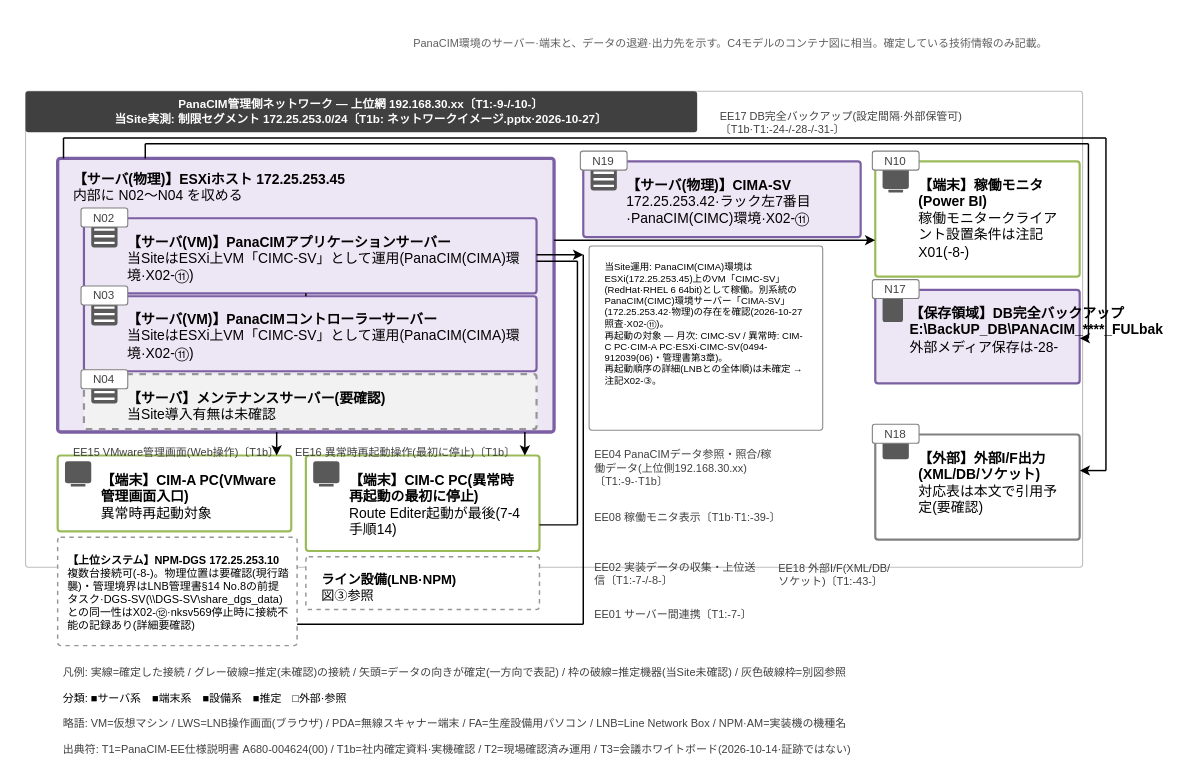
This is page "相関図②" (2 of 3) of 20261102_管理文書用語と相関図/drawio_20261106/相関図_pana_20261106.drawio from nk-shino/work_vault, a draw.io file, before an edit. Source tidied: cells renumbered, new cells numbered last; positions are measured from the earlier drawing's top-left corner, leaving out a move shared by most shapes. Both pictures are drawn from the tidied source at 146%, with x=0, y=0 at pixel (25, 23).
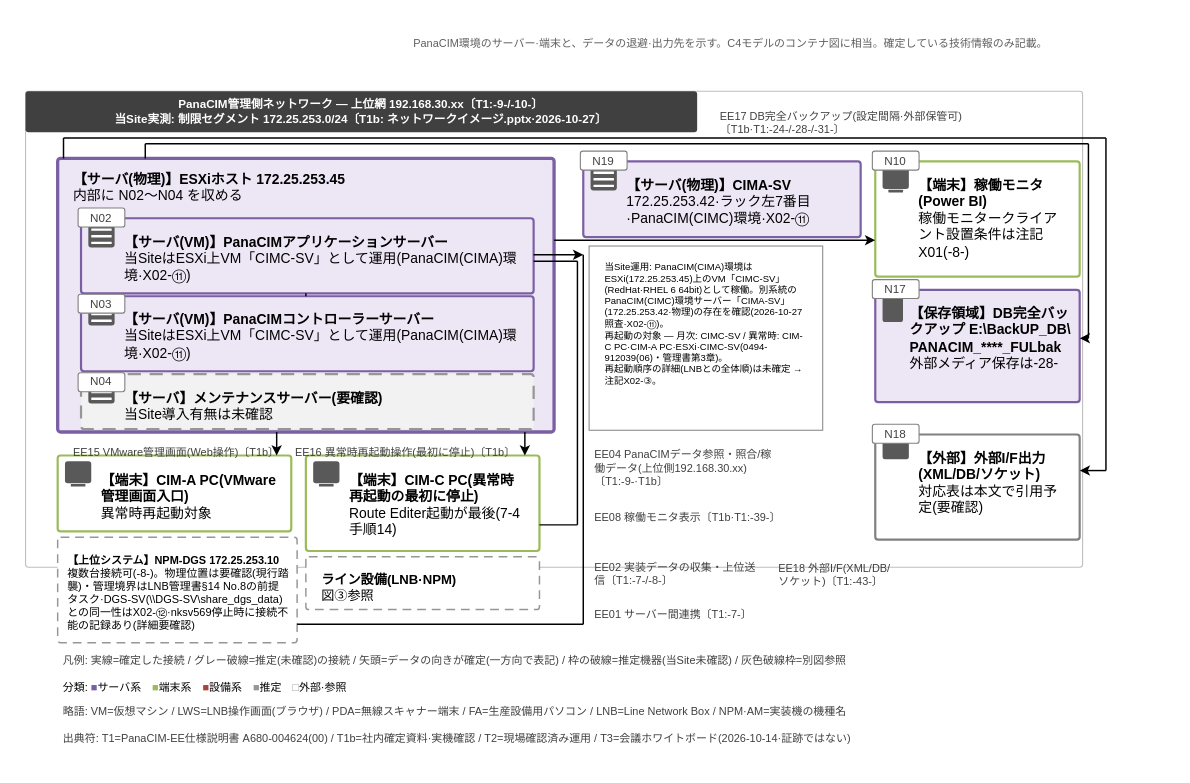
Above is the later version.

What changed in the source:
```diff
@@
     <mxCell id="7" style="rounded=1;absoluteArcSize=1;arcSize=4;whiteSpace=wrap;html=1;fontFamily=Meiryo UI;fillColor=#EDE6F5;strokeColor=#7B5FA3;strokeWidth=1.5;" parent="1" vertex="1">
-      <mxGeometry x="40" y="133" width="310" height="51.4" as="geometry" />
+      <mxGeometry x="38" y="133" width="310" height="51.4" as="geometry" />
     </mxCell>
     <mxCell id="8" style="rounded=1;absoluteArcSize=1;arcSize=4;whiteSpace=wrap;html=1;fontFamily=Meiryo UI;fillColor=#595959;strokeColor=none;strokeWidth=2;" parent="1" vertex="1">
-      <mxGeometry x="45" y="137" width="18" height="16" as="geometry" />
+      <mxGeometry x="43" y="137" width="18" height="16" as="geometry" />
     </mxCell>
     <mxCell id="9" style="rounded=1;absoluteArcSize=1;arcSize=0.4;whiteSpace=wrap;html=1;fontFamily=Meiryo UI;fillColor=#FFFFFF;strokeColor=none;strokeWidth=2;" parent="1" vertex="1">
-      <mxGeometry x="47" y="140" width="14" height="1.6" as="geometry" />
+      <mxGeometry x="45" y="140" width="14" height="1.6" as="geometry" />
     </mxCell>
     <mxCell id="10" style="rounded=1;absoluteArcSize=1;arcSize=0.4;whiteSpace=wrap;html=1;fontFamily=Meiryo UI;fillColor=#FFFFFF;strokeColor=none;strokeWidth=2;" parent="1" vertex="1">
-      <mxGeometry x="47" y="144.5" width="14" height="1.6" as="geometry" />
+      <mxGeometry x="45" y="144.5" width="14" height="1.6" as="geometry" />
     </mxCell>
     <mxCell id="11" style="rounded=1;absoluteArcSize=1;arcSize=0.4;whiteSpace=wrap;html=1;fontFamily=Meiryo UI;fillColor=#FFFFFF;strokeColor=none;strokeWidth=2;" parent="1" vertex="1">
-      <mxGeometry x="47" y="149" width="14" height="1.6" as="geometry" />
+      <mxGeometry x="45" y="149" width="14" height="1.6" as="geometry" />
     </mxCell>
     <mxCell id="12" value="&lt;b&gt;【サーバ(VM)】PanaCIMアプリケーションサーバー&lt;/b&gt;&lt;br&gt;当SiteはESXi上VM「CIMC-SV」として運用(PanaCIM(CIMA)環境·X02-⑪)" style="text;html=1;whiteSpace=wrap;fontFamily=Meiryo UI;fontSize=9.5;fontColor=#000000;align=left;verticalAlign=top;spacingLeft=2;spacingRight=2;spacingTop=1;spacingBottom=1;" parent="1" vertex="1">
-      <mxGeometry x="66" y="136" width="278" height="45.4" as="geometry" />
+      <mxGeometry x="64" y="136" width="278" height="45.4" as="geometry" />
     </mxCell>
     <mxCell id="13" value="N02" style="rounded=1;absoluteArcSize=1;arcSize=3.25;whiteSpace=wrap;html=1;fontFamily=Meiryo UI;fontSize=8;fontColor=#404040;fillColor=#FFFFFF;strokeColor=#808080;strokeWidth=0.75;align=center;verticalAlign=middle;" parent="1" vertex="1">
-      <mxGeometry x="38" y="126" width="32" height="13" as="geometry" />
+      <mxGeometry x="36" y="126" width="32" height="13" as="geometry" />
     </mxCell>
     <mxCell id="14" style="rounded=1;absoluteArcSize=1;arcSize=4;whiteSpace=wrap;html=1;fontFamily=Meiryo UI;fillColor=#EDE6F5;strokeColor=#7B5FA3;strokeWidth=1.5;" parent="1" vertex="1">
-      <mxGeometry x="40" y="186.4" width="310" height="51.4" as="geometry" />
+      <mxGeometry x="38" y="186.4" width="310" height="51.4" as="geometry" />
     </mxCell>
     <mxCell id="15" style="rounded=1;absoluteArcSize=1;arcSize=4;whiteSpace=wrap;html=1;fontFamily=Meiryo UI;fillColor=#595959;strokeColor=none;strokeWidth=2;" parent="1" vertex="1">
-      <mxGeometry x="45" y="190.4" width="18" height="16" as="geometry" />
+      <mxGeometry x="43" y="190.4" width="18" height="16" as="geometry" />
     </mxCell>
     <mxCell id="16" style="rounded=1;absoluteArcSize=1;arcSize=0.4;whiteSpace=wrap;html=1;fontFamily=Meiryo UI;fillColor=#FFFFFF;strokeColor=none;strokeWidth=2;" parent="1" vertex="1">
-      <mxGeometry x="47" y="193.4" width="14" height="1.6" as="geometry" />
+      <mxGeometry x="45" y="193.4" width="14" height="1.6" as="geometry" />
     </mxCell>
     <mxCell id="17" style="rounded=1;absoluteArcSize=1;arcSize=0.4;whiteSpace=wrap;html=1;fontFamily=Meiryo UI;fillColor=#FFFFFF;strokeColor=none;strokeWidth=2;" parent="1" vertex="1">
-      <mxGeometry x="47" y="197.9" width="14" height="1.6" as="geometry" />
+      <mxGeometry x="45" y="197.9" width="14" height="1.6" as="geometry" />
     </mxCell>
     <mxCell id="18" style="rounded=1;absoluteArcSize=1;arcSize=0.4;whiteSpace=wrap;html=1;fontFamily=Meiryo UI;fillColor=#FFFFFF;strokeColor=none;strokeWidth=2;" parent="1" vertex="1">
-      <mxGeometry x="47" y="202.4" width="14" height="1.6" as="geometry" />
+      <mxGeometry x="45" y="202.4" width="14" height="1.6" as="geometry" />
     </mxCell>
     <mxCell id="19" value="&lt;b&gt;【サーバ(VM)】PanaCIMコントローラーサーバー&lt;/b&gt;&lt;br&gt;当SiteはESXi上VM「CIMC-SV」として運用(PanaCIM(CIMA)環境·X02-⑪)" style="text;html=1;whiteSpace=wrap;fontFamily=Meiryo UI;fontSize=9.5;fontColor=#000000;align=left;verticalAlign=top;spacingLeft=2;spacingRight=2;spacingTop=1;spacingBottom=1;" parent="1" vertex="1">
-      <mxGeometry x="66" y="189.4" width="278" height="45.4" as="geometry" />
+      <mxGeometry x="64" y="189.4" width="278" height="45.4" as="geometry" />
     </mxCell>
     <mxCell id="20" value="N03" style="rounded=1;absoluteArcSize=1;arcSize=3.25;whiteSpace=wrap;html=1;fontFamily=Meiryo UI;fontSize=8;fontColor=#404040;fillColor=#FFFFFF;strokeColor=#808080;strokeWidth=0.75;align=center;verticalAlign=middle;" parent="1" vertex="1">
-      <mxGeometry x="38" y="179.4" width="32" height="13" as="geometry" />
+      <mxGeometry x="36" y="185" width="32" height="13" as="geometry" />
     </mxCell>
-    <mxCell id="21" style="rounded=1;absoluteArcSize=1;arcSize=4;whiteSpace=wrap;html=1;fontFamily=Meiryo UI;fillColor=#F2F2F2;strokeColor=#969696;strokeWidth=1.5;dashed=1;" parent="1" vertex="1">
-      <mxGeometry x="40" y="239.8" width="310" height="37.6" as="geometry" />
+    <mxCell id="21" style="rounded=1;absoluteArcSize=1;arcSize=4;whiteSpace=wrap;html=1;fontFamily=Meiryo UI;fillColor=#F2F2F2;strokeColor=#969696;strokeWidth=1.5;dashed=1;dashPattern=6 4;" parent="1" vertex="1">
+      <mxGeometry x="38" y="239.8" width="310" height="37.6" as="geometry" />
     </mxCell>
     <mxCell id="22" style="rounded=1;absoluteArcSize=1;arcSize=4;whiteSpace=wrap;html=1;fontFamily=Meiryo UI;fillColor=#595959;strokeColor=none;strokeWidth=2;" parent="1" vertex="1">
-      <mxGeometry x="45" y="243.8" width="18" height="16" as="geometry" />
+      <mxGeometry x="43" y="243.8" width="18" height="16" as="geometry" />
     </mxCell>
     <mxCell id="23" style="rounded=1;absoluteArcSize=1;arcSize=0.4;whiteSpace=wrap;html=1;fontFamily=Meiryo UI;fillColor=#FFFFFF;strokeColor=none;strokeWidth=2;" parent="1" vertex="1">
-      <mxGeometry x="47" y="246.8" width="14" height="1.6" as="geometry" />
+      <mxGeometry x="45" y="246.8" width="14" height="1.6" as="geometry" />
     </mxCell>
     <mxCell id="24" style="rounded=1;absoluteArcSize=1;arcSize=0.4;whiteSpace=wrap;html=1;fontFamily=Meiryo UI;fillColor=#FFFFFF;strokeColor=none;strokeWidth=2;" parent="1" vertex="1">
-      <mxGeometry x="47" y="251.3" width="14" height="1.6" as="geometry" />
+      <mxGeometry x="45" y="251.3" width="14" height="1.6" as="geometry" />
     </mxCell>
     <mxCell id="25" style="rounded=1;absoluteArcSize=1;arcSize=0.4;whiteSpace=wrap;html=1;fontFamily=Meiryo UI;fillColor=#FFFFFF;strokeColor=none;strokeWidth=2;" parent="1" vertex="1">
-      <mxGeometry x="47" y="255.8" width="14" height="1.6" as="geometry" />
+      <mxGeometry x="45" y="255.8" width="14" height="1.6" as="geometry" />
     </mxCell>
     <mxCell id="26" value="&lt;b&gt;【サーバ】メンテナンスサーバー(要確認)&lt;/b&gt;&lt;br&gt;当Site導入有無は未確認" style="text;html=1;whiteSpace=wrap;fontFamily=Meiryo UI;fontSize=9.5;fontColor=#000000;align=left;verticalAlign=top;spacingLeft=2;spacingRight=2;spacingTop=1;spacingBottom=1;" parent="1" vertex="1">
-      <mxGeometry x="66" y="242.8" width="278" height="31.6" as="geometry" />
+      <mxGeometry x="64" y="242.8" width="278" height="31.6" as="geometry" />
     </mxCell>
     <mxCell id="27" value="N04" style="rounded=1;absoluteArcSize=1;arcSize=3.25;whiteSpace=wrap;html=1;fontFamily=Meiryo UI;fontSize=8;fontColor=#404040;fillColor=#FFFFFF;strokeColor=#808080;strokeWidth=0.75;align=center;verticalAlign=middle;" parent="1" vertex="1">
-      <mxGeometry x="38" y="236.8" width="32" height="13" as="geometry" />
+      <mxGeometry x="36" y="238.8" width="32" height="13" as="geometry" />
     </mxCell>
@@
-    <mxCell id="35" style="rounded=1;absoluteArcSize=1;arcSize=4;whiteSpace=wrap;html=1;fontFamily=Meiryo UI;fillColor=#FFFFFF;strokeColor=#8C8C8C;strokeWidth=0.75;" parent="1" vertex="1">
+    <mxCell id="35" style="rounded=0;absoluteArcSize=1;arcSize=4;whiteSpace=wrap;html=1;fontFamily=Meiryo UI;fillColor=#FFFFFF;strokeColor=#8C8C8C;strokeWidth=0.75;" parent="1" vertex="1">
       <mxGeometry x="386" y="152" width="160" height="126.2" as="geometry" />
     </mxCell>
@@
     <mxCell id="42" style="rounded=1;absoluteArcSize=1;arcSize=4;whiteSpace=wrap;html=1;fontFamily=Meiryo UI;fillColor=#EDE6F5;strokeColor=#7B5FA3;strokeWidth=1.5;" parent="1" vertex="1">
-      <mxGeometry x="582" y="182" width="140" height="64.1" as="geometry" />
+      <mxGeometry x="582" y="182" width="140" height="76.9" as="geometry" />
     </mxCell>
@@
-    <mxCell id="44" value="&lt;b&gt;【保存領域】DB完全バックアップ E:\BackUP_DB\PANACIM_****_FULbak&lt;/b&gt;&lt;br&gt;外部メディア保存は-28-" style="text;html=1;whiteSpace=wrap;fontFamily=Meiryo UI;fontSize=9.5;fontColor=#000000;align=left;verticalAlign=top;spacingLeft=2;spacingRight=2;spacingTop=1;spacingBottom=1;" parent="1" vertex="1">
-      <mxGeometry x="602" y="185" width="118" height="58.1" as="geometry" />
+    <mxCell id="44" value="&lt;b&gt;【保存領域】DB完全バックアップ E:\&lt;wbr&gt;BackUP_&lt;wbr&gt;DB\&lt;wbr&gt;PANACIM_&lt;wbr&gt;****_&lt;wbr&gt;FULbak&lt;/b&gt;&lt;br&gt;外部メディア保存は-28-" style="text;html=1;whiteSpace=wrap;fontFamily=Meiryo UI;fontSize=9.5;fontColor=#000000;align=left;verticalAlign=top;spacingLeft=2;spacingRight=2;spacingTop=1;spacingBottom=1;" parent="1" vertex="1">
+      <mxGeometry x="602" y="185" width="118" height="71.9" as="geometry" />
     </mxCell>
@@
-    <mxCell id="58" style="rounded=1;absoluteArcSize=1;arcSize=4;whiteSpace=wrap;html=1;fontFamily=Meiryo UI;fillColor=#FFFFFF;strokeColor=#969696;strokeWidth=1;dashed=1;" parent="1" vertex="1">
-      <mxGeometry x="22" y="351.5" width="164" height="74.2" as="geometry" />
+    <mxCell id="58" style="rounded=1;absoluteArcSize=1;arcSize=4;whiteSpace=wrap;html=1;fontFamily=Meiryo UI;fillColor=#FFFFFF;strokeColor=#969696;strokeWidth=1;dashed=1;dashPattern=6 4;" parent="1" vertex="1">
+      <mxGeometry x="22" y="351.5" width="164" height="72.2" as="geometry" />
     </mxCell>
@@
-    <mxCell id="60" style="rounded=1;absoluteArcSize=1;arcSize=4;whiteSpace=wrap;html=1;fontFamily=Meiryo UI;fillColor=#FFFFFF;strokeColor=#969696;strokeWidth=1;dashed=1;" parent="1" vertex="1">
+    <mxCell id="60" style="rounded=1;absoluteArcSize=1;arcSize=4;whiteSpace=wrap;html=1;fontFamily=Meiryo UI;fillColor=#FFFFFF;strokeColor=#969696;strokeWidth=1;dashed=1;dashPattern=6 4;" parent="1" vertex="1">
       <mxGeometry x="192" y="364.9" width="160" height="36.1" as="geometry" />
     </mxCell>
@@
     <mxCell id="66" style="html=1;strokeColor=#000000;strokeWidth=1;endArrow=classic;endSize=4;" parent="1" edge="1">
       <mxGeometry relative="1" as="geometry">
-        <mxPoint x="350" y="158" as="sourcePoint" />
+        <mxPoint x="348" y="158" as="sourcePoint" />
         <mxPoint x="382" y="158" as="targetPoint" />
       </mxGeometry>
     </mxCell>
@@
     <mxCell id="70" style="html=1;strokeColor=#000000;strokeWidth=1;endArrow=none;" parent="1" edge="1">
       <mxGeometry relative="1" as="geometry">
-        <mxPoint x="350" y="162.5" as="sourcePoint" />
+        <mxPoint x="348" y="162.5" as="sourcePoint" />
         <mxPoint x="378" y="162.5" as="targetPoint" />
       </mxGeometry>
     </mxCell>
@@
     <mxCell id="88" value="凡例: 実線=確定した接続 / グレー破線=推定(未確認)の接続 / 矢頭=データの向きが確定(一方向で表記) / 枠の破線=推定機器(当Site未確認) / 灰色破線枠=別図参照" style="text;html=1;whiteSpace=wrap;fontFamily=Meiryo UI;fontSize=7.5;fontColor=#404040;align=left;verticalAlign=top;spacingLeft=2;spacingRight=2;spacingTop=1;spacingBottom=1;" parent="1" vertex="1">
-      <mxGeometry x="22" y="432" width="700" height="13.5" as="geometry" />
+      <mxGeometry x="22" y="424.2" width="700" height="13.5" as="geometry" />
     </mxCell>
-    <mxCell id="89" value="分類: ■サーバ系　■端末系　■設備系　■推定　□外部·参照" style="text;html=1;whiteSpace=wrap;fontFamily=Meiryo UI;fontSize=7.5;fontColor=#000000;align=left;verticalAlign=top;spacingLeft=2;spacingRight=2;spacingTop=1;spacingBottom=1;" parent="1" vertex="1">
-      <mxGeometry x="22" y="449.5" width="700" height="13.5" as="geometry" />
+    <mxCell id="89" value="分類: &lt;font color=&quot;#7B5FA3&quot;&gt;■&lt;/font&gt;サーバ系　&lt;font color=&quot;#9BBB59&quot;&gt;■&lt;/font&gt;端末系　&lt;font color=&quot;#A94438&quot;&gt;■&lt;/font&gt;設備系　&lt;font color=&quot;#969696&quot;&gt;■&lt;/font&gt;推定　&lt;font color=&quot;#969696&quot;&gt;□&lt;/font&gt;外部·参照" style="text;html=1;whiteSpace=wrap;fontFamily=Meiryo UI;fontSize=7.5;fontColor=#000000;align=left;verticalAlign=top;spacingLeft=2;spacingRight=2;spacingTop=1;spacingBottom=1;" parent="1" vertex="1">
+      <mxGeometry x="22" y="441.7" width="700" height="13.5" as="geometry" />
     </mxCell>
     <mxCell id="90" value="略語: VM=仮想マシン / LWS=LNB操作画面(ブラウザ) / PDA=無線スキャナー端末 / FA=生産設備用パソコン / LNB=Line Network Box / NPM·AM=実装機の機種名" style="text;html=1;whiteSpace=wrap;fontFamily=Meiryo UI;fontSize=7.5;fontColor=#404040;align=left;verticalAlign=top;spacingLeft=2;spacingRight=2;spacingTop=1;spacingBottom=1;" parent="1" vertex="1">
-      <mxGeometry x="22" y="467" width="700" height="13.5" as="geometry" />
+      <mxGeometry x="22" y="459.2" width="700" height="13.5" as="geometry" />
     </mxCell>
     <mxCell id="91" value="出典符: T1=PanaCIM-EE仕様説明書 A680-004624(00) / T1b=社内確定資料·実機確認 / T2=現場確認済み運用 / T3=会議ホワイトボード(2026-10-14·証跡ではない)" style="text;html=1;whiteSpace=wrap;fontFamily=Meiryo UI;fontSize=7.5;fontColor=#404040;align=left;verticalAlign=top;spacingLeft=2;spacingRight=2;spacingTop=1;spacingBottom=1;" parent="1" vertex="1">
-      <mxGeometry x="22" y="484.6" width="700" height="13.5" as="geometry" />
+      <mxGeometry x="22" y="476.8" width="700" height="13.5" as="geometry" />
     </mxCell>
```
